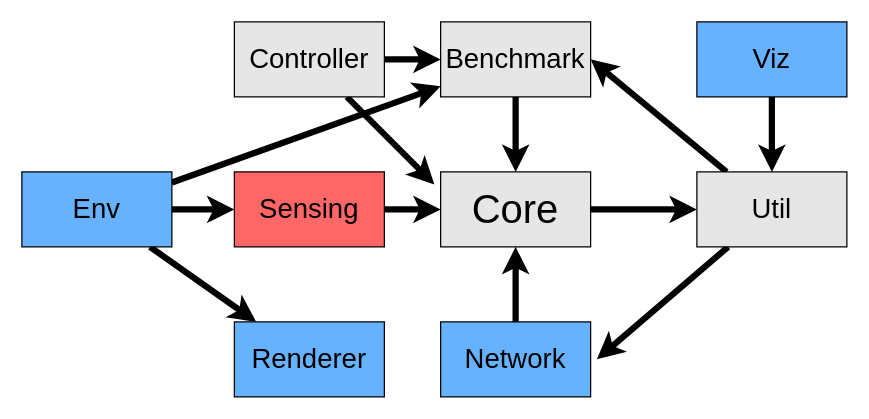
Before: _data/Untitled Diagram.drawio in swsamleo/wei_shao.github.io, a draw.io diagram. Source tidied: cells renumbered, new cells numbered last; positions are measured from the earlier drawing's top-left corner, leaving out a move shared by most shapes. Both pictures are drawn from the tidied source at 125%, with x=0, y=0 at pixel (21, 21).
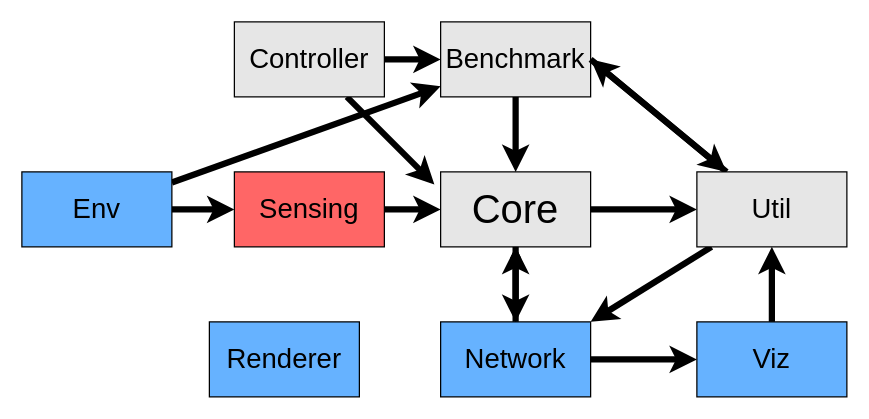
Above is the later version.

The change refers to these unchanged cells:
```xml
<mxCell id="3" value="&lt;font style=&quot;font-size: 32px&quot;&gt;Core&lt;/font&gt;" style="rounded=0;whiteSpace=wrap;html=1;shadow=0;glass=0;sketch=0;imageWidth=24;arcSize=12;fillColor=#E6E6E6;gradientColor=none;" parent="1" vertex="1">
  <mxGeometry x="335" y="120" width="120" height="60" as="geometry" />
</mxCell>
<mxCell id="5" value="&lt;font style=&quot;font-size: 22px&quot;&gt;Benchmark&lt;/font&gt;" style="rounded=0;whiteSpace=wrap;html=1;shadow=0;glass=0;sketch=0;imageWidth=24;arcSize=12;fillColor=#E6E6E6;strokeColor=#000000;" parent="1" vertex="1">
  <mxGeometry x="335" width="120" height="60" as="geometry" />
</mxCell>
<mxCell id="8" value="&lt;font style=&quot;font-size: 22px&quot;&gt;Util&lt;/font&gt;" style="rounded=0;whiteSpace=wrap;html=1;shadow=0;glass=0;sketch=0;imageWidth=24;arcSize=12;fillColor=#E6E6E6;" parent="1" vertex="1">
  <mxGeometry x="540" y="120" width="120" height="60" as="geometry" />
</mxCell>
<mxCell id="12" value="&lt;span style=&quot;font-size: 22px&quot;&gt;Network&lt;/span&gt;" style="rounded=0;whiteSpace=wrap;html=1;shadow=0;glass=0;sketch=0;imageWidth=24;arcSize=12;fillColor=#66B2FF;" parent="1" vertex="1">
  <mxGeometry x="335" y="240" width="120" height="60" as="geometry" />
</mxCell>
<mxCell id="17" value="&lt;span style=&quot;font-size: 22px&quot;&gt;Env&lt;/span&gt;" style="rounded=0;whiteSpace=wrap;html=1;shadow=0;glass=0;sketch=0;imageWidth=24;arcSize=12;fillColor=#66B2FF;" parent="1" vertex="1">
  <mxGeometry y="120" width="120" height="60" as="geometry" />
</mxCell>
```

Diff of the diagram source:
```diff
@@
-    <mxCell id="7" style="edgeStyle=none;rounded=0;jettySize=auto;html=1;fontSize=22;strokeWidth=5;" parent="1" edge="1" source="8">
-      <mxGeometry relative="1" as="geometry">
-        <mxPoint x="460" y="270" as="targetPoint" />
-      </mxGeometry>
+    <mxCell id="7" style="edgeStyle=none;rounded=0;jettySize=auto;html=1;fontSize=22;strokeWidth=5;entryX=1;entryY=0;entryDx=0;entryDy=0;" parent="1" edge="1" source="8" target="12">
+      <mxGeometry relative="1" as="geometry" />
     </mxCell>
@@
     <mxCell id="10" value="&lt;span style=&quot;font-size: 22px&quot;&gt;Viz&lt;/span&gt;" style="rounded=0;whiteSpace=wrap;html=1;shadow=0;glass=0;sketch=0;imageWidth=24;arcSize=12;fillColor=#66B2FF;" parent="1" vertex="1">
-      <mxGeometry x="540" width="120" height="60" as="geometry" />
+      <mxGeometry x="540" y="240" width="120" height="60" as="geometry" />
     </mxCell>
-    <mxCell id="11" style="edgeStyle=orthogonalEdgeStyle;rounded=0;jettySize=auto;html=1;entryX=0.5;entryY=1;entryDx=0;entryDy=0;fontSize=22;strokeWidth=5;" parent="1" edge="1" source="12" target="3">
+    <mxCell id="11" style="edgeStyle=orthogonalEdgeStyle;rounded=0;jettySize=auto;html=1;entryX=0.5;entryY=1;entryDx=0;entryDy=0;fontSize=22;strokeWidth=5;exitX=0.5;exitY=0;exitDx=0;exitDy=0;exitPerimeter=0;" parent="1" edge="1" source="12" target="3">
       <mxGeometry relative="1" as="geometry" />
     </mxCell>
+    <mxCell id="23" style="edgeStyle=orthogonalEdgeStyle;rounded=0;jettySize=auto;html=1;" parent="1" edge="1" source="12" target="3">
+      <mxGeometry relative="1" as="geometry" />
+    </mxCell>
@@
     <mxCell id="13" value="&lt;span style=&quot;font-size: 22px&quot;&gt;Renderer&lt;/span&gt;" style="rounded=0;whiteSpace=wrap;html=1;shadow=0;glass=0;sketch=0;imageWidth=24;arcSize=12;fillColor=#66B2FF;" parent="1" vertex="1">
-      <mxGeometry x="170" y="240" width="120" height="60" as="geometry" />
+      <mxGeometry x="150" y="240" width="120" height="60" as="geometry" />
     </mxCell>
@@
-    <mxCell id="15" style="edgeStyle=none;rounded=0;jettySize=auto;html=1;fontSize=22;strokeColor=default;strokeWidth=5;" parent="1" edge="1" source="17" target="13">
-      <mxGeometry relative="1" as="geometry" />
-    </mxCell>
@@
+    <mxCell id="24" style="rounded=0;jettySize=auto;html=1;fontSize=22;strokeWidth=5;strokeColor=default;exitX=1;exitY=0.5;exitDx=0;exitDy=0;" parent="1" edge="1" source="5" target="8">
+      <mxGeometry relative="1" as="geometry" />
+    </mxCell>
+    <mxCell id="25" style="edgeStyle=none;rounded=0;jettySize=auto;html=1;fontSize=22;strokeWidth=5;exitX=0.5;exitY=1;exitDx=0;exitDy=0;" parent="1" edge="1" source="3" target="12">
+      <mxGeometry relative="1" as="geometry" />
+    </mxCell>
+    <mxCell id="26" style="edgeStyle=none;rounded=0;jettySize=auto;html=1;fontSize=22;strokeWidth=5;exitX=1;exitY=0.5;exitDx=0;exitDy=0;entryX=0;entryY=0.5;entryDx=0;entryDy=0;" parent="1" edge="1" source="12" target="10">
+      <mxGeometry relative="1" as="geometry" />
+    </mxCell>
```
